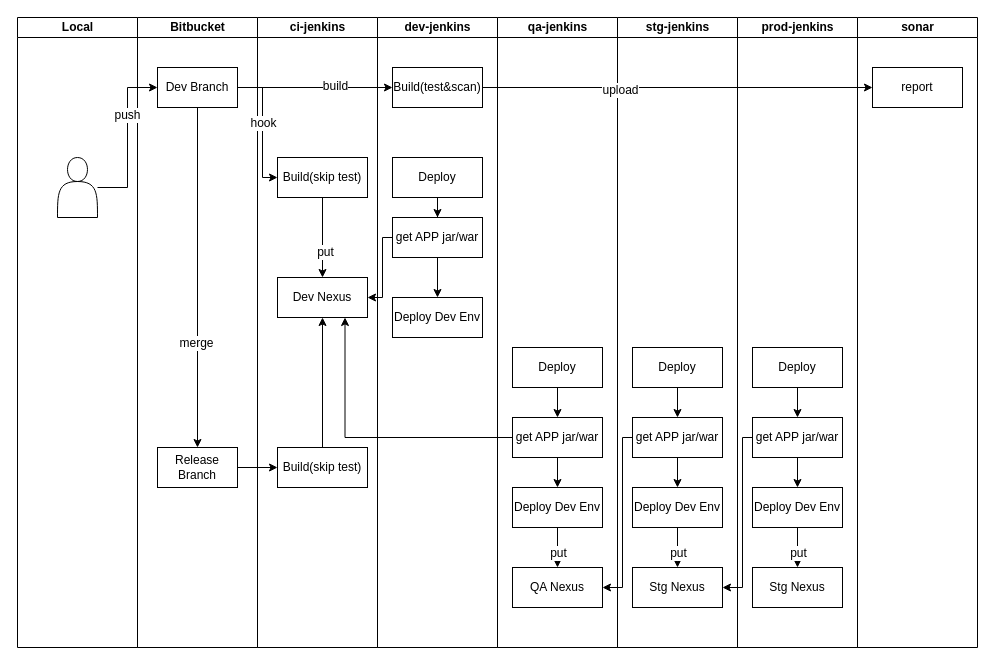
Above: work/jenkins.drawio in FYou/drawIo (draw.io), before the change. Source tidied: cells renumbered, new cells numbered last; positions are measured from the earlier drawing's top-left corner, leaving out a move shared by most shapes. Both pictures are drawn from the tidied source at 100%, with x=0, y=0 at pixel (17, 17).
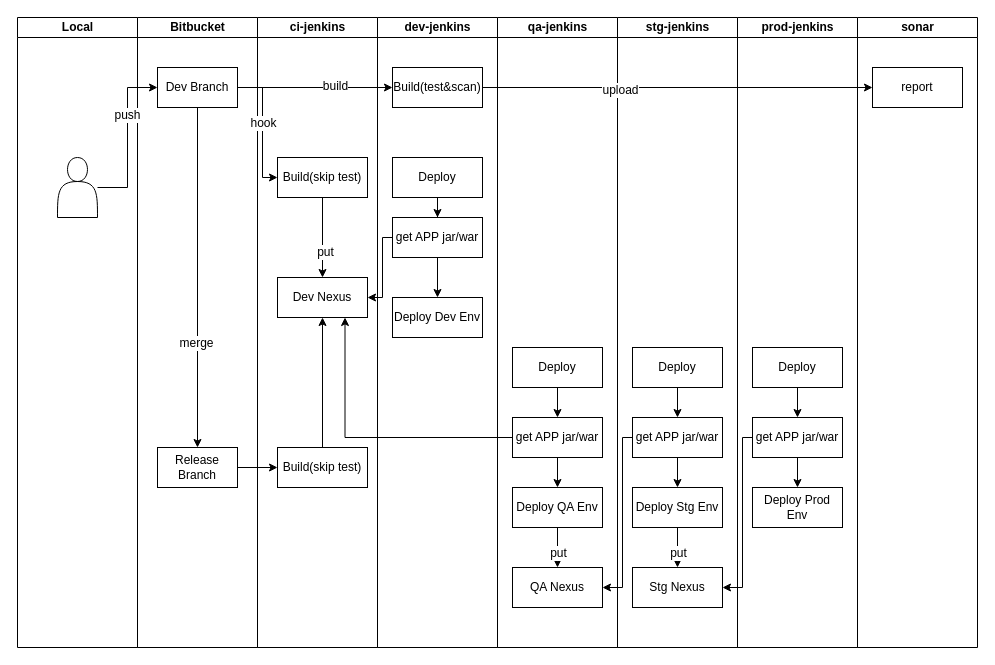
The same page after the edit.

The change refers to these unchanged cells:
```xml
<mxCell id="23" value="qa-jenkins" style="swimlane;html=1;startSize=20;" parent="1" vertex="1">
  <mxGeometry x="480" width="120" height="630" as="geometry" />
</mxCell>
<mxCell id="32" value="stg-jenkins" style="swimlane;html=1;startSize=20;" parent="1" vertex="1">
  <mxGeometry x="600" width="120" height="630" as="geometry" />
</mxCell>
<mxCell id="41" value="prod-jenkins" style="swimlane;html=1;startSize=20;" parent="1" vertex="1">
  <mxGeometry x="720" width="120" height="630" as="geometry" />
</mxCell>
```

Diff of the diagram source:
```diff
@@
-    <mxCell id="30" value="Deploy Dev Env" style="rounded=0;whiteSpace=wrap;html=1;" parent="23" vertex="1">
+    <mxCell id="30" value="Deploy QA Env" style="rounded=0;whiteSpace=wrap;html=1;" parent="23" vertex="1">
       <mxGeometry x="15" y="470" width="90" height="40" as="geometry" />
     </mxCell>
@@
-    <mxCell id="36" value="Deploy Dev Env" style="rounded=0;whiteSpace=wrap;html=1;" parent="32" vertex="1">
+    <mxCell id="36" value="Deploy Stg Env" style="rounded=0;whiteSpace=wrap;html=1;" parent="32" vertex="1">
       <mxGeometry x="15" y="470" width="90" height="40" as="geometry" />
     </mxCell>
@@
-    <mxCell id="45" value="Deploy Dev Env" style="rounded=0;whiteSpace=wrap;html=1;" parent="41" vertex="1">
+    <mxCell id="45" value="Deploy Prod Env" style="rounded=0;whiteSpace=wrap;html=1;" parent="41" vertex="1">
       <mxGeometry x="15" y="470" width="90" height="40" as="geometry" />
     </mxCell>
@@
-    <mxCell id="47" value="Stg Nexus" style="rounded=0;whiteSpace=wrap;html=1;" parent="41" vertex="1">
-      <mxGeometry x="15" y="550" width="90" height="40" as="geometry" />
-    </mxCell>
-    <mxCell id="48" style="edgeStyle=orthogonalEdgeStyle;rounded=0;jettySize=auto;html=1;entryX=0.5;entryY=0;entryDx=0;entryDy=0;" parent="41" edge="1" source="45" target="47">
-      <mxGeometry relative="1" as="geometry" />
-    </mxCell>
-    <mxCell id="49" value="put" style="text;html=1;align=center;verticalAlign=middle;labelBackgroundColor=#ffffff;" parent="48" vertex="1">
-      <mxGeometry x="0.26" relative="1" as="geometry" />
-    </mxCell>
```
